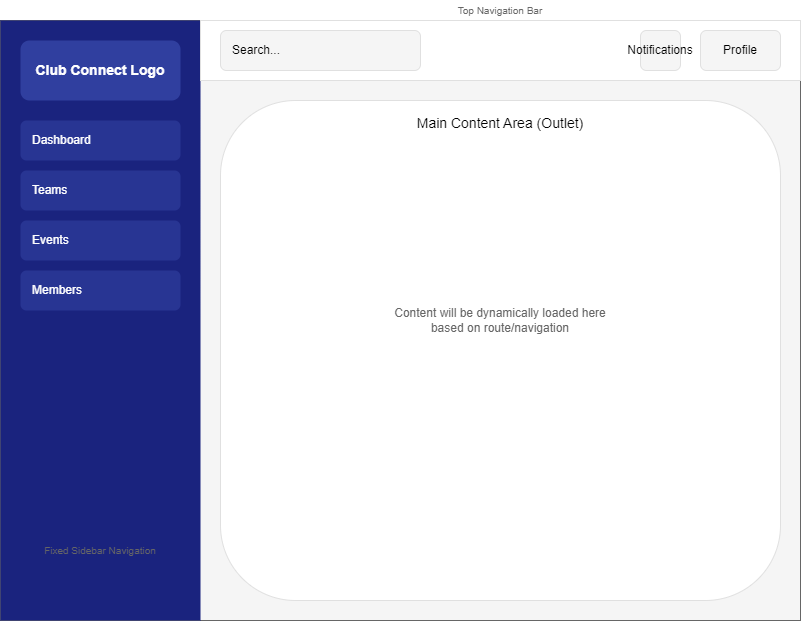
Above: storyboard.png in YathuPiraba/sports-management-system (draw.io), before the change. Source tidied: cells renumbered, new cells last; positions are measured from the earlier drawing's top-left corner, leaving out a move shared by most shapes.
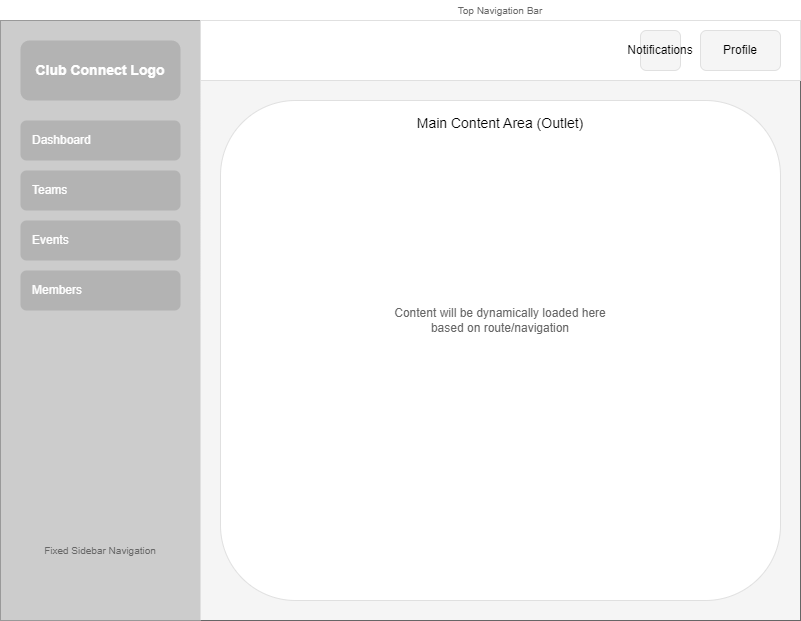
Later version of the same file.

What changed in the source:
```diff
@@ -5,30 +5,27 @@
     <mxCell id="2" style="rounded=0;whiteSpace=wrap;html=1;fillColor=#f5f5f5;strokeColor=#666666;" parent="1" vertex="1">
       <mxGeometry y="20" width="800" height="600" as="geometry" />
     </mxCell>
-    <mxCell id="3" style="rounded=0;whiteSpace=wrap;html=1;fillColor=#1a237e;strokeColor=none;" parent="1" vertex="1">
+    <mxCell id="3" style="rounded=0;whiteSpace=wrap;html=1;fillColor=#CCCCCC;strokeColor=none;" parent="1" vertex="1">
       <mxGeometry y="20" width="200" height="600" as="geometry" />
     </mxCell>
-    <mxCell id="4" value="Club Connect Logo" style="rounded=1;whiteSpace=wrap;html=1;fillColor=#303f9f;strokeColor=none;fontColor=#ffffff;fontSize=14;fontStyle=1;" parent="1" vertex="1">
+    <mxCell id="4" value="Club Connect Logo" style="rounded=1;whiteSpace=wrap;html=1;fillColor=#B3B3B3;strokeColor=none;fontColor=#ffffff;fontSize=14;fontStyle=1;" parent="1" vertex="1">
       <mxGeometry x="20" y="40" width="160" height="60" as="geometry" />
     </mxCell>
-    <mxCell id="5" value="Dashboard" style="rounded=1;whiteSpace=wrap;html=1;align=left;spacingLeft=10;fillColor=#283593;strokeColor=none;fontColor=#ffffff;" parent="1" vertex="1">
+    <mxCell id="5" value="Dashboard" style="rounded=1;whiteSpace=wrap;html=1;align=left;spacingLeft=10;fillColor=#B3B3B3;strokeColor=none;fontColor=#ffffff;" parent="1" vertex="1">
       <mxGeometry x="20" y="120" width="160" height="40" as="geometry" />
     </mxCell>
-    <mxCell id="6" value="Teams" style="rounded=1;whiteSpace=wrap;html=1;align=left;spacingLeft=10;fillColor=#283593;strokeColor=none;fontColor=#ffffff;" parent="1" vertex="1">
+    <mxCell id="6" value="Teams" style="rounded=1;whiteSpace=wrap;html=1;align=left;spacingLeft=10;fillColor=#B3B3B3;strokeColor=none;fontColor=#ffffff;" parent="1" vertex="1">
       <mxGeometry x="20" y="170" width="160" height="40" as="geometry" />
     </mxCell>
-    <mxCell id="7" value="Events" style="rounded=1;whiteSpace=wrap;html=1;align=left;spacingLeft=10;fillColor=#283593;strokeColor=none;fontColor=#ffffff;" parent="1" vertex="1">
+    <mxCell id="7" value="Events" style="rounded=1;whiteSpace=wrap;html=1;align=left;spacingLeft=10;fillColor=#B3B3B3;strokeColor=none;fontColor=#ffffff;" parent="1" vertex="1">
       <mxGeometry x="20" y="220" width="160" height="40" as="geometry" />
     </mxCell>
-    <mxCell id="8" value="Members" style="rounded=1;whiteSpace=wrap;html=1;align=left;spacingLeft=10;fillColor=#283593;strokeColor=none;fontColor=#ffffff;" parent="1" vertex="1">
+    <mxCell id="8" value="Members" style="rounded=1;whiteSpace=wrap;html=1;align=left;spacingLeft=10;fillColor=#B3B3B3;strokeColor=none;fontColor=#ffffff;" parent="1" vertex="1">
       <mxGeometry x="20" y="270" width="160" height="40" as="geometry" />
     </mxCell>
     <mxCell id="9" style="rounded=0;whiteSpace=wrap;html=1;fillColor=#ffffff;strokeColor=#e0e0e0;" parent="1" vertex="1">
       <mxGeometry x="200" y="20" width="600" height="60" as="geometry" />
     </mxCell>
-    <mxCell id="10" value="Search..." style="rounded=1;whiteSpace=wrap;html=1;align=left;spacingLeft=10;fillColor=#f5f5f5;strokeColor=#e0e0e0;fontColor=#000000;" parent="1" vertex="1">
-      <mxGeometry x="220" y="30" width="200" height="40" as="geometry" />
-    </mxCell>
     <mxCell id="11" value="Notifications" style="rounded=1;whiteSpace=wrap;html=1;fillColor=#f5f5f5;strokeColor=#e0e0e0;fontColor=#000000;" parent="1" vertex="1">
       <mxGeometry x="640" y="30" width="40" height="40" as="geometry" />
     </mxCell>
```
